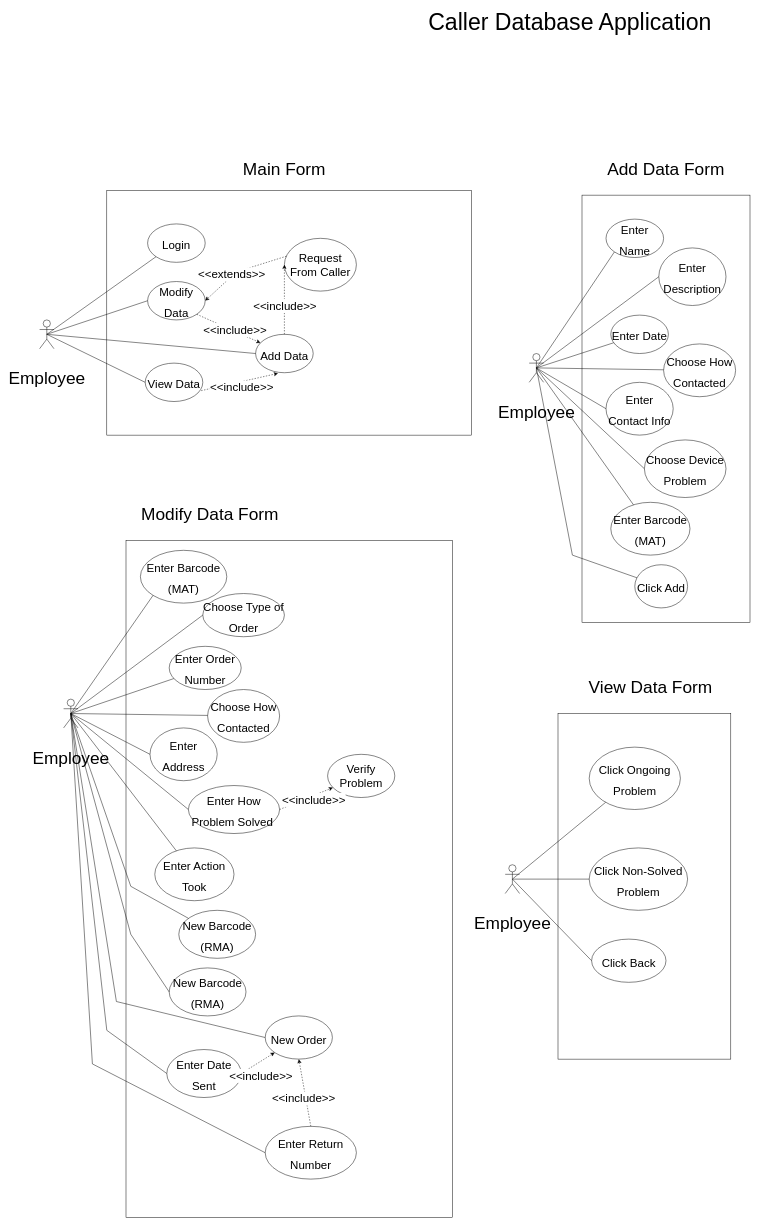
Before: UMLDiagram.drawio in D3153/SystemDevTermProject, a draw.io diagram. Source tidied: cells renumbered, new cells numbered last; positions are measured from the earlier drawing's top-left corner, leaving out a move shared by most shapes. Both pictures are drawn from the tidied source at 48%, with x=0, y=0 at pixel (39, 12).
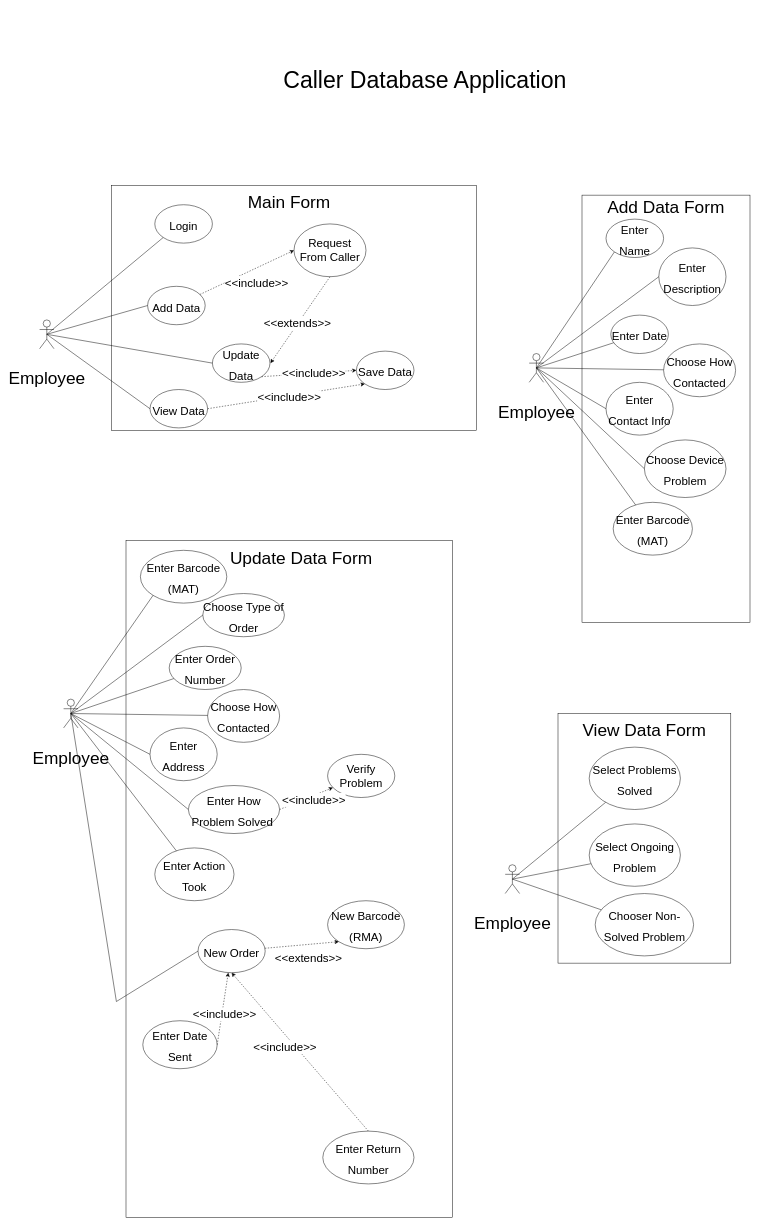
The same page after the edit.

The change refers to these unchanged cells:
```xml
<mxCell id="24" value="&lt;font style=&quot;font-size: 36px&quot;&gt;Employee&lt;/font&gt;" style="shape=umlActor;verticalLabelPosition=bottom;verticalAlign=top;html=1;outlineConnect=0;fontSize=72;" parent="1" vertex="1">
  <mxGeometry x="1020" y="710" width="30" height="60" as="geometry" />
</mxCell>
<mxCell id="43" value="&lt;font style=&quot;font-size: 36px&quot;&gt;Employee&lt;/font&gt;" style="shape=umlActor;verticalLabelPosition=bottom;verticalAlign=top;html=1;outlineConnect=0;fontSize=72;" parent="1" vertex="1">
  <mxGeometry x="50" y="1430" width="30" height="60" as="geometry" />
</mxCell>
<mxCell id="78" value="&lt;font style=&quot;font-size: 36px&quot;&gt;Employee&lt;/font&gt;" style="shape=umlActor;verticalLabelPosition=bottom;verticalAlign=top;html=1;outlineConnect=0;fontSize=72;" parent="1" vertex="1">
  <mxGeometry x="970" y="1775" width="30" height="60" as="geometry" />
</mxCell>
```

The edit, as a diff of the source:
```diff
@@
     <mxCell id="2" style="rounded=0;whiteSpace=wrap;html=1;" parent="1" vertex="1">
-      <mxGeometry x="140" y="370" width="760" height="510" as="geometry" />
+      <mxGeometry x="150" y="360" width="760" height="510" as="geometry" />
     </mxCell>
     <mxCell id="3" value="&lt;font style=&quot;font-size: 48px&quot;&gt;Caller Database Application&lt;/font&gt;" style="text;html=1;strokeColor=none;fillColor=none;align=center;verticalAlign=middle;whiteSpace=wrap;rounded=0;" parent="1" vertex="1">
-      <mxGeometry x="790" width="630" height="40" as="geometry" />
+      <mxGeometry x="487.5" y="120" width="630" height="40" as="geometry" />
     </mxCell>
@@
     <mxCell id="5" value="&lt;font style=&quot;font-size: 24px&quot;&gt;Login&lt;/font&gt;" style="ellipse;whiteSpace=wrap;html=1;fontSize=36;" parent="1" vertex="1">
-      <mxGeometry x="225" y="440" width="120" height="80" as="geometry" />
+      <mxGeometry x="240" y="400" width="120" height="80" as="geometry" />
     </mxCell>
@@
     <mxCell id="7" value="&lt;font style=&quot;font-size: 24px&quot;&gt;Add Data&lt;/font&gt;" style="ellipse;whiteSpace=wrap;html=1;fontSize=36;" parent="1" vertex="1">
-      <mxGeometry x="450" y="670" width="120" height="80" as="geometry" />
+      <mxGeometry x="225" y="570" width="120" height="80" as="geometry" />
     </mxCell>
-    <mxCell id="8" value="&lt;font style=&quot;font-size: 24px&quot;&gt;Modify Data&lt;/font&gt;" style="ellipse;whiteSpace=wrap;html=1;fontSize=36;" parent="1" vertex="1">
-      <mxGeometry x="225" y="560" width="120" height="80" as="geometry" />
+    <mxCell id="8" value="&lt;font style=&quot;font-size: 24px&quot;&gt;Update&lt;br&gt;Data&lt;/font&gt;" style="ellipse;whiteSpace=wrap;html=1;fontSize=36;" parent="1" vertex="1">
+      <mxGeometry x="360" y="690" width="120" height="80" as="geometry" />
     </mxCell>
     <mxCell id="9" value="&lt;font style=&quot;font-size: 24px&quot;&gt;View Data&lt;/font&gt;" style="ellipse;whiteSpace=wrap;html=1;fontSize=36;" parent="1" vertex="1">
-      <mxGeometry x="220" y="730" width="120" height="80" as="geometry" />
+      <mxGeometry x="230" y="785" width="120" height="80" as="geometry" />
     </mxCell>
     <mxCell id="10" value="Request From Caller" style="ellipse;whiteSpace=wrap;html=1;fontSize=24;" parent="1" vertex="1">
-      <mxGeometry x="510" y="470" width="150" height="110" as="geometry" />
+      <mxGeometry x="530" y="440" width="150" height="110" as="geometry" />
     </mxCell>
@@
-    <mxCell id="16" style="html=1;labelBackgroundColor=#ffffff;startArrow=none;startFill=0;startSize=6;endArrow=classic;endFill=1;endSize=6;jettySize=auto;strokeWidth=1;dashed=1;fontSize=14;rounded=0;entryX=1;entryY=0.5;entryDx=0;entryDy=0;exitX=0.027;exitY=0.339;exitDx=0;exitDy=0;exitPerimeter=0;" parent="1" edge="1" source="10" target="8">
-      <mxGeometry relative="1" as="geometry">
-        <Array as="points">
-          <mxPoint x="410" y="540" />
-        </Array>
-      </mxGeometry>
-    </mxCell>
-    <mxCell id="17" value="&amp;lt;&amp;lt;extends&amp;gt;&amp;gt;" style="edgeLabel;html=1;align=center;verticalAlign=middle;fontSize=24;" parent="16" vertex="1">
-      <mxGeometry x="0.22" y="-4" relative="1" as="geometry" />
-    </mxCell>
-    <mxCell id="18" style="html=1;labelBackgroundColor=#ffffff;startArrow=none;startFill=0;startSize=6;endArrow=classic;endFill=1;endSize=6;jettySize=auto;strokeWidth=1;dashed=1;fontSize=14;rounded=0;exitX=1;exitY=1;exitDx=0;exitDy=0;" parent="1" edge="1" source="8" target="7">
-      <mxGeometry relative="1" as="geometry" />
-    </mxCell>
-    <mxCell id="19" value="&amp;lt;&amp;lt;include&amp;gt;&amp;gt;" style="edgeLabel;html=1;align=center;verticalAlign=middle;fontSize=24;" parent="18" vertex="1">
-      <mxGeometry x="0.22" y="-4" relative="1" as="geometry">
-        <mxPoint y="-8" as="offset" />
-      </mxGeometry>
-    </mxCell>
-    <mxCell id="20" style="html=1;labelBackgroundColor=#ffffff;startArrow=none;startFill=0;startSize=6;endArrow=classic;endFill=1;endSize=6;jettySize=auto;strokeWidth=1;dashed=1;fontSize=14;rounded=0;exitX=0.972;exitY=0.717;exitDx=0;exitDy=0;entryX=0.389;entryY=1.017;entryDx=0;entryDy=0;entryPerimeter=0;exitPerimeter=0;" parent="1" edge="1" source="9" target="7">
-      <mxGeometry relative="1" as="geometry" />
-    </mxCell>
-    <mxCell id="21" value="&amp;lt;&amp;lt;include&amp;gt;&amp;gt;" style="edgeLabel;html=1;align=center;verticalAlign=middle;fontSize=24;" parent="20" vertex="1">
-      <mxGeometry x="0.22" y="-4" relative="1" as="geometry">
-        <mxPoint x="-15" y="11" as="offset" />
-      </mxGeometry>
-    </mxCell>
     <mxCell id="22" value="&lt;font style=&quot;font-size: 36px&quot;&gt;Main Form&lt;/font&gt;" style="text;html=1;strokeColor=none;fillColor=none;align=center;verticalAlign=middle;whiteSpace=wrap;rounded=0;fontSize=24;" parent="1" vertex="1">
-      <mxGeometry x="410" y="310" width="200" height="30" as="geometry" />
+      <mxGeometry x="420" y="380" width="200" height="30" as="geometry" />
     </mxCell>
@@
     <mxCell id="25" value="&lt;span style=&quot;font-size: 36px&quot;&gt;Add Data Form&lt;/span&gt;" style="text;html=1;strokeColor=none;fillColor=none;align=center;verticalAlign=middle;whiteSpace=wrap;rounded=0;fontSize=24;" parent="1" vertex="1">
-      <mxGeometry x="1150" y="310" width="310" height="30" as="geometry" />
+      <mxGeometry x="1150" y="390" width="310" height="30" as="geometry" />
     </mxCell>
@@
     <mxCell id="32" value="&lt;span style=&quot;font-size: 24px&quot;&gt;Enter Barcode (MAT)&lt;/span&gt;" style="ellipse;whiteSpace=wrap;html=1;fontSize=36;" parent="1" vertex="1">
-      <mxGeometry x="1190" y="1020" width="165" height="110" as="geometry" />
+      <mxGeometry x="1195" y="1020" width="165" height="110" as="geometry" />
     </mxCell>
-    <mxCell id="33" value="&lt;span style=&quot;font-size: 24px&quot;&gt;Click Add&lt;/span&gt;" style="ellipse;whiteSpace=wrap;html=1;fontSize=36;" parent="1" vertex="1">
-      <mxGeometry x="1240" y="1150" width="110" height="90" as="geometry" />
-    </mxCell>
@@
-    <mxCell id="41" style="endArrow=none;html=1;rounded=0;fontSize=36;exitX=0.5;exitY=0.5;exitDx=0;exitDy=0;exitPerimeter=0;" parent="1" edge="1" source="24" target="33">
-      <mxGeometry relative="1" as="geometry">
-        <Array as="points">
-          <mxPoint x="1110" y="1130" />
-        </Array>
-      </mxGeometry>
-    </mxCell>
@@
-    <mxCell id="44" value="&lt;span style=&quot;font-size: 36px&quot;&gt;Modify Data Form&lt;/span&gt;" style="text;html=1;strokeColor=none;fillColor=none;align=center;verticalAlign=middle;whiteSpace=wrap;rounded=0;fontSize=24;" parent="1" vertex="1">
-      <mxGeometry x="200" y="1030" width="310" height="30" as="geometry" />
+    <mxCell id="44" value="&lt;span style=&quot;font-size: 36px&quot;&gt;Update Data Form&lt;/span&gt;" style="text;html=1;strokeColor=none;fillColor=none;align=center;verticalAlign=middle;whiteSpace=wrap;rounded=0;fontSize=24;" parent="1" vertex="1">
+      <mxGeometry x="390" y="1120" width="310" height="30" as="geometry" />
     </mxCell>
@@
     <mxCell id="52" value="&lt;span style=&quot;font-size: 24px&quot;&gt;New Barcode (RMA)&lt;/span&gt;" style="ellipse;whiteSpace=wrap;html=1;fontSize=36;" parent="1" vertex="1">
-      <mxGeometry x="290" y="1870" width="160" height="100" as="geometry" />
+      <mxGeometry x="600" y="1850" width="160" height="100" as="geometry" />
     </mxCell>
@@
-    <mxCell id="60" style="endArrow=none;html=1;rounded=0;fontSize=36;exitX=0.5;exitY=0.5;exitDx=0;exitDy=0;exitPerimeter=0;" parent="1" edge="1" source="43" target="52">
-      <mxGeometry relative="1" as="geometry">
-        <Array as="points">
-          <mxPoint x="190" y="1820" />
-        </Array>
-      </mxGeometry>
-    </mxCell>
@@
     <mxCell id="64" value="&lt;span style=&quot;font-size: 24px&quot;&gt;New Order&lt;/span&gt;" style="ellipse;whiteSpace=wrap;html=1;fontSize=36;" parent="1" vertex="1">
-      <mxGeometry x="470" y="2090" width="140" height="90" as="geometry" />
+      <mxGeometry x="330" y="1910" width="140" height="90" as="geometry" />
     </mxCell>
-    <mxCell id="65" value="&lt;span style=&quot;font-size: 24px&quot;&gt;New Barcode (RMA)&lt;/span&gt;" style="ellipse;whiteSpace=wrap;html=1;fontSize=36;" parent="1" vertex="1">
-      <mxGeometry x="270" y="1990" width="160" height="100" as="geometry" />
-    </mxCell>
     <mxCell id="66" value="&lt;span style=&quot;font-size: 24px&quot;&gt;Enter Date Sent&lt;/span&gt;" style="ellipse;whiteSpace=wrap;html=1;fontSize=36;" parent="1" vertex="1">
-      <mxGeometry x="265" y="2160" width="155" height="100" as="geometry" />
+      <mxGeometry x="215" y="2100" width="155" height="100" as="geometry" />
     </mxCell>
     <mxCell id="67" value="&lt;span style=&quot;font-size: 24px&quot;&gt;Enter Return Number&lt;/span&gt;" style="ellipse;whiteSpace=wrap;html=1;fontSize=36;" parent="1" vertex="1">
-      <mxGeometry x="470" y="2320" width="190" height="110" as="geometry" />
+      <mxGeometry x="590" y="2330" width="190" height="110" as="geometry" />
     </mxCell>
-    <mxCell id="68" style="endArrow=none;html=1;rounded=0;fontSize=36;exitX=0.5;exitY=0.5;exitDx=0;exitDy=0;exitPerimeter=0;entryX=0;entryY=0.5;entryDx=0;entryDy=0;" parent="1" edge="1" source="43" target="65">
-      <mxGeometry relative="1" as="geometry">
-        <Array as="points">
-          <mxPoint x="190" y="1920" />
-        </Array>
-      </mxGeometry>
-    </mxCell>
@@
-    <mxCell id="70" style="endArrow=none;html=1;rounded=0;fontSize=36;entryX=0;entryY=0.5;entryDx=0;entryDy=0;exitX=0.5;exitY=0.5;exitDx=0;exitDy=0;exitPerimeter=0;" parent="1" edge="1" source="43" target="66">
-      <mxGeometry relative="1" as="geometry">
-        <Array as="points">
-          <mxPoint x="140" y="2120" />
-        </Array>
-      </mxGeometry>
-    </mxCell>
-    <mxCell id="71" style="endArrow=none;html=1;rounded=0;fontSize=36;exitX=0.5;exitY=0.5;exitDx=0;exitDy=0;exitPerimeter=0;entryX=0;entryY=0.5;entryDx=0;entryDy=0;" parent="1" edge="1" source="43" target="67">
-      <mxGeometry relative="1" as="geometry">
-        <Array as="points">
-          <mxPoint x="110" y="2190" />
-        </Array>
-      </mxGeometry>
-    </mxCell>
@@
     <mxCell id="76" style="rounded=0;whiteSpace=wrap;html=1;" parent="1" vertex="1">
-      <mxGeometry x="1080" y="1460" width="360" height="720" as="geometry" />
+      <mxGeometry x="1080" y="1460" width="360" height="520" as="geometry" />
     </mxCell>
     <mxCell id="77" value="&lt;span style=&quot;font-size: 36px&quot;&gt;View Data Form&lt;/span&gt;" style="text;html=1;strokeColor=none;fillColor=none;align=center;verticalAlign=middle;whiteSpace=wrap;rounded=0;fontSize=24;" parent="1" vertex="1">
-      <mxGeometry x="1117.5" y="1390" width="310" height="30" as="geometry" />
+      <mxGeometry x="1105" y="1480" width="310" height="30" as="geometry" />
     </mxCell>
@@
-    <mxCell id="79" value="&lt;span style=&quot;font-size: 24px&quot;&gt;Click Back&lt;/span&gt;" style="ellipse;whiteSpace=wrap;html=1;fontSize=36;" parent="1" vertex="1">
-      <mxGeometry x="1150" y="1930" width="155" height="90" as="geometry" />
-    </mxCell>
-    <mxCell id="80" value="&lt;span style=&quot;font-size: 24px&quot;&gt;Click Non-Solved Problem&lt;/span&gt;" style="ellipse;whiteSpace=wrap;html=1;fontSize=36;" parent="1" vertex="1">
-      <mxGeometry x="1145" y="1740" width="205" height="130" as="geometry" />
+    <mxCell id="80" value="&lt;span style=&quot;font-size: 24px&quot;&gt;Chooser Non-Solved Problem&lt;/span&gt;" style="ellipse;whiteSpace=wrap;html=1;fontSize=36;" parent="1" vertex="1">
+      <mxGeometry x="1157.5" y="1835" width="205" height="130" as="geometry" />
     </mxCell>
-    <mxCell id="81" value="&lt;span style=&quot;font-size: 24px;&quot;&gt;Click Ongoing Problem&lt;/span&gt;" style="ellipse;whiteSpace=wrap;html=1;fontSize=36;" parent="1" vertex="1">
+    <mxCell id="81" value="&lt;span style=&quot;font-size: 24px;&quot;&gt;Select Problems Solved&lt;/span&gt;" style="ellipse;whiteSpace=wrap;html=1;fontSize=36;" parent="1" vertex="1">
       <mxGeometry x="1145" y="1530" width="190" height="130" as="geometry" />
     </mxCell>
@@
-    <mxCell id="84" style="endArrow=none;html=1;rounded=0;fontSize=36;entryX=0;entryY=0.5;entryDx=0;entryDy=0;exitX=0.5;exitY=0.5;exitDx=0;exitDy=0;exitPerimeter=0;" parent="1" edge="1" source="78" target="79">
-      <mxGeometry relative="1" as="geometry" />
-    </mxCell>
+    <mxCell id="85" style="html=1;labelBackgroundColor=#ffffff;startArrow=none;startFill=0;startSize=6;endArrow=classic;endFill=1;endSize=6;jettySize=auto;strokeWidth=1;dashed=1;fontSize=14;rounded=0;entryX=0;entryY=1;entryDx=0;entryDy=0;" parent="1" edge="1" source="64" target="52">
+      <mxGeometry relative="1" as="geometry" />
+    </mxCell>
+    <mxCell id="86" value="&amp;lt;&amp;lt;extends&amp;gt;&amp;gt;" style="edgeLabel;html=1;align=center;verticalAlign=middle;fontSize=24;" parent="85" vertex="1">
+      <mxGeometry x="0.22" y="-4" relative="1" as="geometry">
+        <mxPoint x="-4" y="25" as="offset" />
+      </mxGeometry>
+    </mxCell>
+    <mxCell id="87" style="html=1;labelBackgroundColor=#ffffff;startArrow=none;startFill=0;startSize=6;endArrow=classic;endFill=1;endSize=6;jettySize=auto;strokeWidth=1;dashed=1;fontSize=14;rounded=0;entryX=1;entryY=0.5;entryDx=0;entryDy=0;exitX=0.5;exitY=1;exitDx=0;exitDy=0;" parent="1" edge="1" source="10">
+      <mxGeometry relative="1" as="geometry">
+        <mxPoint x="481" y="730" as="targetPoint" />
+      </mxGeometry>
+    </mxCell>
+    <mxCell id="88" value="&amp;lt;&amp;lt;extends&amp;gt;&amp;gt;" style="edgeLabel;html=1;align=center;verticalAlign=middle;fontSize=24;" parent="87" vertex="1">
+      <mxGeometry x="0.22" y="-4" relative="1" as="geometry">
+        <mxPoint x="10" y="-11" as="offset" />
+      </mxGeometry>
+    </mxCell>
+    <mxCell id="89" value="&lt;font style=&quot;font-size: 24px&quot;&gt;Save Data&lt;/font&gt;" style="ellipse;whiteSpace=wrap;html=1;fontSize=36;" parent="1" vertex="1">
+      <mxGeometry x="660" y="705" width="120" height="80" as="geometry" />
+    </mxCell>
+    <mxCell id="90" style="html=1;labelBackgroundColor=#ffffff;startArrow=none;startFill=0;startSize=6;endArrow=classic;endFill=1;endSize=6;jettySize=auto;strokeWidth=1;dashed=1;fontSize=14;rounded=0;entryX=0;entryY=0.5;entryDx=0;entryDy=0;exitX=1;exitY=1;exitDx=0;exitDy=0;" parent="1" edge="1" source="8" target="89">
+      <mxGeometry relative="1" as="geometry" />
+    </mxCell>
+    <mxCell id="91" value="&amp;lt;&amp;lt;include&amp;gt;&amp;gt;" style="edgeLabel;html=1;align=center;verticalAlign=middle;fontSize=24;" parent="90" vertex="1">
+      <mxGeometry x="0.22" y="-4" relative="1" as="geometry">
+        <mxPoint x="-13" y="-4" as="offset" />
+      </mxGeometry>
+    </mxCell>
+    <mxCell id="92" style="html=1;labelBackgroundColor=#ffffff;startArrow=none;startFill=0;startSize=6;endArrow=classic;endFill=1;endSize=6;jettySize=auto;strokeWidth=1;dashed=1;fontSize=14;rounded=0;entryX=0;entryY=1;entryDx=0;entryDy=0;exitX=1;exitY=0.5;exitDx=0;exitDy=0;" parent="1" edge="1" source="9" target="89">
+      <mxGeometry relative="1" as="geometry" />
+    </mxCell>
+    <mxCell id="93" value="&amp;lt;&amp;lt;include&amp;gt;&amp;gt;" style="edgeLabel;html=1;align=center;verticalAlign=middle;fontSize=24;" parent="92" vertex="1">
+      <mxGeometry x="0.22" y="-4" relative="1" as="geometry">
+        <mxPoint x="-31" y="3" as="offset" />
+      </mxGeometry>
+    </mxCell>
+    <mxCell id="94" value="&lt;span style=&quot;font-size: 24px;&quot;&gt;Select Ongoing Problem&lt;/span&gt;" style="ellipse;whiteSpace=wrap;html=1;fontSize=36;" parent="1" vertex="1">
+      <mxGeometry x="1145" y="1690" width="190" height="130" as="geometry" />
+    </mxCell>
+    <mxCell id="95" style="endArrow=none;html=1;rounded=0;fontSize=36;exitX=0.5;exitY=0.5;exitDx=0;exitDy=0;exitPerimeter=0;" parent="1" edge="1" source="78" target="94">
+      <mxGeometry relative="1" as="geometry" />
+    </mxCell>
```
